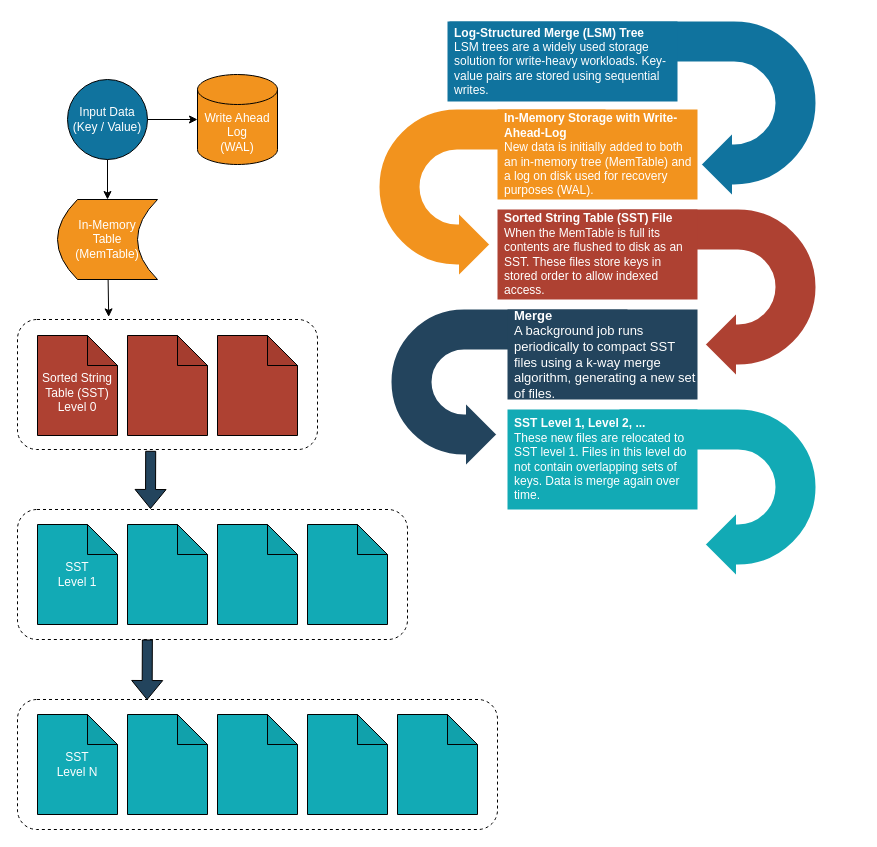
The draw.io diagram page "Data Structures" (1 of 4) of docs/lsm.drawio in justinethier/keyva, before the edit. Source tidied: cells renumbered, new cells numbered last; positions are measured from the earlier drawing's top-left corner, leaving out a move shared by most shapes. Both pictures are drawn from the tidied source at 100%, with x=0, y=0 at pixel (17, 19).
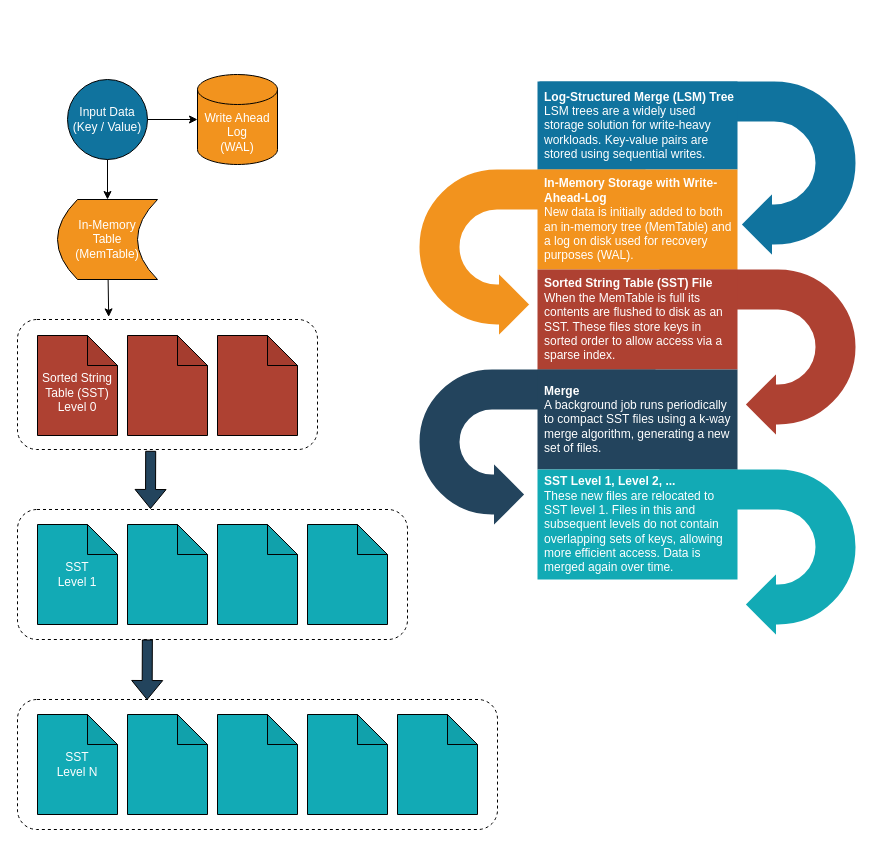
Above is the later version.

Change to the diagram source:
```diff
@@
     <mxCell id="14" style="html=1;shadow=0;dashed=0;align=center;verticalAlign=middle;shape=mxgraph.arrows2.uTurnArrow;dy=22;arrowHead=70;dx2=35;strokeColor=#ffffff;fillColor=#12AAB5;fontSize=12;fontColor=#3333FF;flipH=1;flipV=1;strokeWidth=4;" parent="1" vertex="1">
-      <mxGeometry x="600" y="388" width="200" height="172" as="geometry" />
+      <mxGeometry x="640" y="448" width="200" height="172" as="geometry" />
     </mxCell>
     <mxCell id="15" style="html=1;shadow=0;dashed=0;align=center;verticalAlign=middle;shape=mxgraph.arrows2.uTurnArrow;dy=22;arrowHead=70;dx2=35;strokeColor=#ffffff;fillColor=#23445D;fontSize=12;fontColor=#3333FF;flipV=1;strokeWidth=4;" parent="1" vertex="1">
-      <mxGeometry x="372" y="288" width="240" height="162" as="geometry" />
+      <mxGeometry x="400" y="348" width="240" height="162" as="geometry" />
     </mxCell>
     <mxCell id="16" style="html=1;shadow=0;dashed=0;align=center;verticalAlign=middle;shape=mxgraph.arrows2.uTurnArrow;dy=22;arrowHead=70;dx2=35;strokeColor=#ffffff;fillColor=#AE4132;fontSize=12;fontColor=#3333FF;flipH=1;flipV=1;strokeWidth=4;" parent="1" vertex="1">
-      <mxGeometry x="600" y="188" width="200" height="172" as="geometry" />
+      <mxGeometry x="640" y="248" width="200" height="172" as="geometry" />
     </mxCell>
     <mxCell id="17" style="html=1;shadow=0;dashed=0;align=center;verticalAlign=middle;shape=mxgraph.arrows2.uTurnArrow;dy=22;arrowHead=70;dx2=35;strokeColor=#ffffff;fillColor=#F2931E;fontSize=12;fontColor=#3333FF;flipV=1;strokeWidth=4;labelBorderColor=default;" parent="1" vertex="1">
-      <mxGeometry x="360" y="88" width="230" height="172" as="geometry" />
+      <mxGeometry x="400" y="148" width="230" height="172" as="geometry" />
     </mxCell>
     <mxCell id="18" style="html=1;shadow=0;dashed=0;align=center;verticalAlign=middle;shape=mxgraph.arrows2.uTurnArrow;dy=22;arrowHead=70;dx2=35;strokeColor=#ffffff;fillColor=#10739E;fontSize=12;fontColor=#3333FF;flipH=1;flipV=1;strokeWidth=4;" parent="1" vertex="1">
-      <mxGeometry x="430" width="370" height="180" as="geometry" />
+      <mxGeometry x="520" y="60" width="320" height="180" as="geometry" />
     </mxCell>
     <mxCell id="19" value="&lt;b style=&quot;font-size: 12px;&quot;&gt;Log-Structured Merge (LSM) Tree&lt;/b&gt;&lt;br style=&quot;font-size: 12px;&quot;&gt;LSM trees are a widely used storage solution for write-heavy workloads. Key-value pairs are stored using sequential writes." style="rounded=0;whiteSpace=wrap;shadow=0;strokeColor=none;strokeWidth=6;fillColor=#10739E;fontSize=12;fontColor=#FFFFFF;align=left;html=1;spacingLeft=5;" parent="1" vertex="1">
-      <mxGeometry x="430" y="2" width="230" height="80" as="geometry" />
+      <mxGeometry x="520" y="62" width="200" height="88" as="geometry" />
     </mxCell>
     <mxCell id="20" value="&lt;b style=&quot;font-size: 12px;&quot;&gt;In-Memory Storage with Write-Ahead-Log&lt;/b&gt;&lt;br style=&quot;font-size: 12px;&quot;&gt;New data is initially added to both an in-memory tree (MemTable) and a log on disk used for recovery purposes (WAL)." style="rounded=0;whiteSpace=wrap;shadow=0;strokeColor=none;strokeWidth=6;fillColor=#F2931E;fontSize=12;fontColor=#FFFFFF;align=left;html=1;spacingLeft=5;" parent="1" vertex="1">
-      <mxGeometry x="480" y="90" width="200" height="90" as="geometry" />
+      <mxGeometry x="520" y="150" width="200" height="100" as="geometry" />
     </mxCell>
-    <mxCell id="21" value="&lt;b style=&quot;font-size: 12px;&quot;&gt;Sorted String Table (SST) File&lt;/b&gt;&lt;br style=&quot;font-size: 12px;&quot;&gt;When the MemTable is full its contents are flushed to disk as an SST. These files store keys in stored order to allow indexed access." style="rounded=0;whiteSpace=wrap;shadow=0;strokeColor=none;strokeWidth=6;fillColor=#AE4132;fontSize=12;fontColor=#FFFFFF;align=left;html=1;spacingLeft=5;" parent="1" vertex="1">
-      <mxGeometry x="480" y="190" width="200" height="90" as="geometry" />
+    <mxCell id="21" value="&lt;b style=&quot;font-size: 12px&quot;&gt;Sorted String Table (SST) File&lt;/b&gt;&lt;br style=&quot;font-size: 12px&quot;&gt;When the MemTable is full its contents are flushed to disk as an SST. These files store keys in sorted order to allow access via a sparse index." style="rounded=0;whiteSpace=wrap;shadow=0;strokeColor=none;strokeWidth=6;fillColor=#AE4132;fontSize=12;fontColor=#FFFFFF;align=left;html=1;spacingLeft=5;" parent="1" vertex="1">
+      <mxGeometry x="520" y="250" width="200" height="100" as="geometry" />
     </mxCell>
-    <mxCell id="22" value="&lt;b style=&quot;font-size: 13px;&quot;&gt;Merge&lt;/b&gt;&lt;br style=&quot;font-size: 13px;&quot;&gt;A background job runs periodically to compact SST files using a k-way merge algorithm, generating a new set of files." style="rounded=0;whiteSpace=wrap;shadow=0;strokeColor=none;strokeWidth=6;fillColor=#23445D;fontSize=13;fontColor=#FFFFFF;align=left;html=1;spacingLeft=5;" parent="1" vertex="1">
-      <mxGeometry x="490" y="290" width="190" height="90" as="geometry" />
+    <mxCell id="22" value="&lt;b style=&quot;font-size: 12px;&quot;&gt;Merge&lt;/b&gt;&lt;br style=&quot;font-size: 12px;&quot;&gt;A background job runs periodically to compact SST files using a k-way merge algorithm, generating a new set of files." style="rounded=0;whiteSpace=wrap;shadow=0;strokeColor=none;strokeWidth=6;fillColor=#23445D;fontSize=12;fontColor=#FFFFFF;align=left;html=1;spacingLeft=5;" parent="1" vertex="1">
+      <mxGeometry x="520" y="350" width="200" height="100" as="geometry" />
     </mxCell>
-    <mxCell id="23" value="&lt;b style=&quot;font-size: 12px;&quot;&gt;SST Level 1, Level 2, ...&lt;/b&gt;&lt;br style=&quot;font-size: 12px;&quot;&gt;These new files are relocated to SST level 1. Files in this level do not contain overlapping sets of keys. Data is merge again over time." style="rounded=0;whiteSpace=wrap;shadow=0;strokeColor=none;strokeWidth=6;fillColor=#12AAB5;fontSize=12;fontColor=#FFFFFF;align=left;html=1;spacingLeft=5;" parent="1" vertex="1">
-      <mxGeometry x="490" y="390" width="190" height="100" as="geometry" />
+    <mxCell id="23" value="&lt;b style=&quot;font-size: 12px&quot;&gt;SST Level 1, Level 2, ...&lt;/b&gt;&lt;br style=&quot;font-size: 12px&quot;&gt;These new files are relocated to SST level 1. Files in this and subsequent levels do not contain overlapping sets of keys, allowing more efficient access. Data is merged again over time." style="rounded=0;whiteSpace=wrap;shadow=0;strokeColor=none;strokeWidth=6;fillColor=#12AAB5;fontSize=12;fontColor=#FFFFFF;align=left;html=1;spacingLeft=5;" parent="1" vertex="1">
+      <mxGeometry x="520" y="450" width="200" height="110" as="geometry" />
     </mxCell>
```
